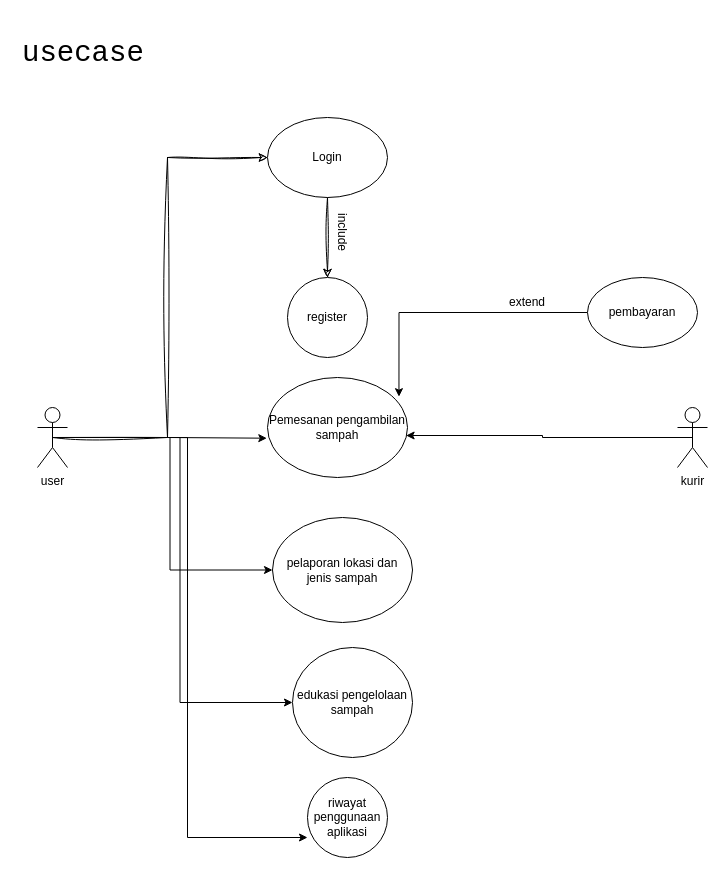
This is Untitled Diagram.drawio from fuadart/Pengelolaan-Sampah, a draw.io file, before an edit. Source tidied: cells renumbered, new cells numbered last; positions are measured from the earlier drawing's top-left corner, leaving out a move shared by most shapes. Both pictures are drawn from the tidied source at 100%, with x=0, y=0 at pixel (17, 27).
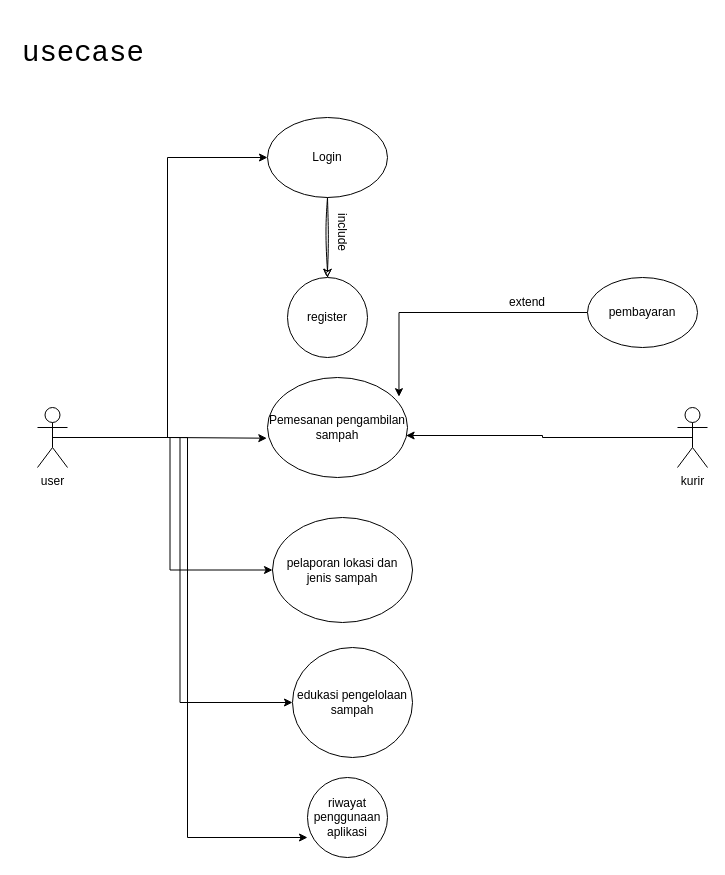
The same page after the edit.

Unchanged cells that the change refers to:
```xml
<mxCell id="8" value="user" style="shape=umlActor;verticalLabelPosition=bottom;verticalAlign=top;html=1;outlineConnect=0;hachureGap=4;" parent="1" vertex="1">
  <mxGeometry x="20" y="380" width="30" height="60" as="geometry" />
</mxCell>
<mxCell id="12" value="Login" style="ellipse;whiteSpace=wrap;html=1;hachureGap=4;" parent="1" vertex="1">
  <mxGeometry x="250" y="90" width="120" height="80" as="geometry" />
</mxCell>
```

Diff of the diagram source:
```diff
@@
-    <mxCell id="3" style="edgeStyle=orthogonalEdgeStyle;rounded=0;sketch=1;hachureGap=4;jiggle=2;curveFitting=1;jettySize=auto;html=1;exitX=0.5;exitY=0.5;exitDx=0;exitDy=0;exitPerimeter=0;entryX=0;entryY=0.5;entryDx=0;entryDy=0;" parent="1" edge="1" source="8" target="12">
+    <mxCell id="3" style="edgeStyle=orthogonalEdgeStyle;rounded=0;hachureGap=4;jettySize=auto;html=1;exitX=0.5;exitY=0.5;exitDx=0;exitDy=0;exitPerimeter=0;entryX=0;entryY=0.5;entryDx=0;entryDy=0;" parent="1" edge="1" source="8" target="12">
       <mxGeometry relative="1" as="geometry" />
     </mxCell>
```
